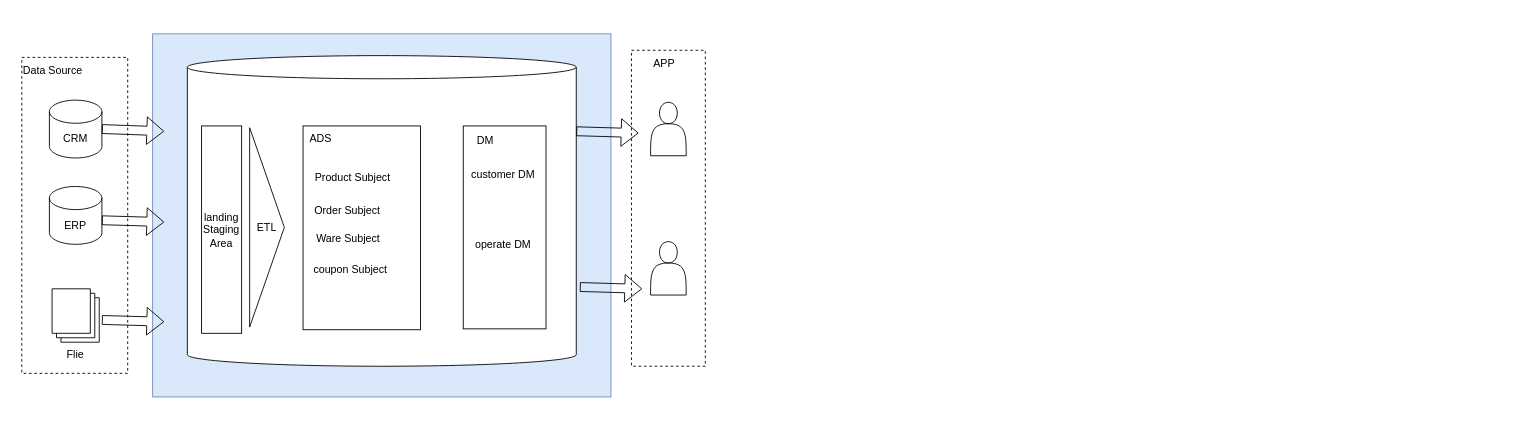
The draw.io diagram blog/data.drawio in began-zhao/studydraw, before the edit. Source tidied: cells renumbered, new cells numbered last; positions are measured from the earlier drawing's top-left corner, leaving out a move shared by most shapes. Both pictures are drawn from the tidied source at 89%, with x=0, y=0 at pixel (15, 34).
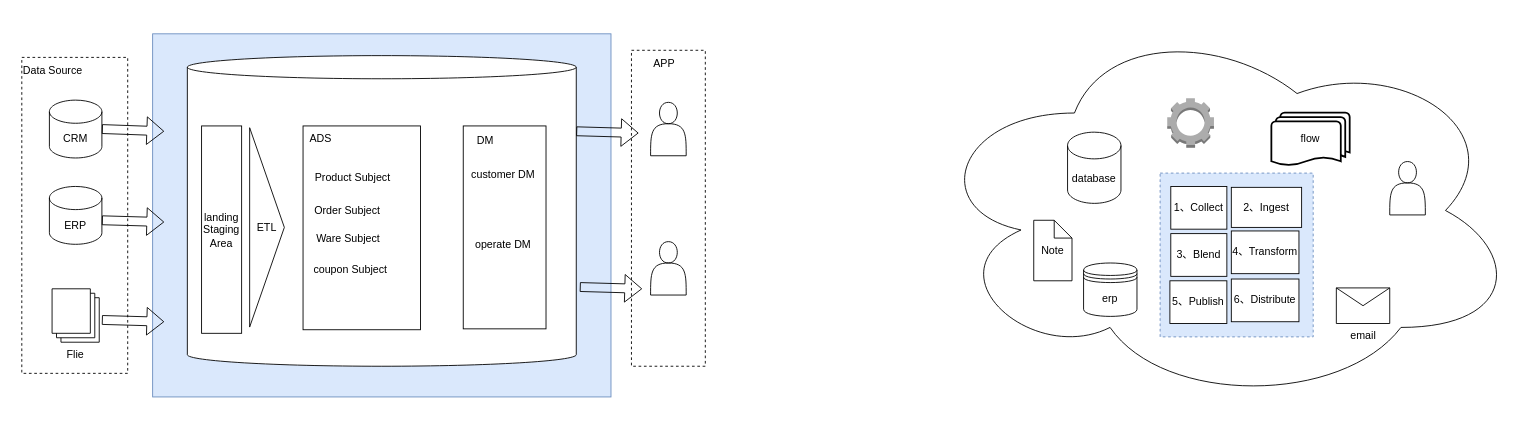
The same page after the edit.

The edit, as a diff of the source:
```diff
@@
+    <mxCell id="30" style="ellipse;shape=cloud;whiteSpace=wrap;html=1;" parent="1" vertex="1">
+      <mxGeometry x="1023" y="-21" width="667" height="438" as="geometry" />
+    </mxCell>
+    <mxCell id="31" style="rounded=0;whiteSpace=wrap;html=1;dashed=1;fillColor=#dae8fc;strokeColor=#6c8ebf;" parent="1" vertex="1">
+      <mxGeometry x="1286" y="156" width="172" height="184" as="geometry" />
+    </mxCell>
@@
+    <mxCell id="32" value="database" style="shape=cylinder3;whiteSpace=wrap;html=1;boundedLbl=1;backgroundOutline=1;size=15;" parent="1" vertex="1">
+      <mxGeometry x="1182" y="110" width="60" height="80" as="geometry" />
+    </mxCell>
+    <mxCell id="33" value="flow" style="strokeWidth=2;html=1;shape=mxgraph.flowchart.multi-document;whiteSpace=wrap;" parent="1" vertex="1">
+      <mxGeometry x="1411" y="88" width="88" height="60" as="geometry" />
+    </mxCell>
+    <mxCell id="34" style="shape=actor;whiteSpace=wrap;html=1;" parent="1" vertex="1">
+      <mxGeometry x="1544" y="143" width="40" height="60" as="geometry" />
+    </mxCell>
+    <mxCell id="35" value="erp" style="shape=datastore;whiteSpace=wrap;html=1;" parent="1" vertex="1">
+      <mxGeometry x="1200" y="257" width="60" height="60" as="geometry" />
+    </mxCell>
+    <mxCell id="36" value="Note" style="shape=note;size=20;whiteSpace=wrap;html=1;" parent="1" vertex="1">
+      <mxGeometry x="1144" y="209" width="43" height="68" as="geometry" />
+    </mxCell>
+    <mxCell id="37" value="email" style="shape=message;html=1;html=1;labelPosition=center;verticalLabelPosition=bottom;align=center;verticalAlign=top;" parent="1" vertex="1">
+      <mxGeometry x="1484" y="285" width="60" height="40" as="geometry" />
+    </mxCell>
+    <mxCell id="38" style="dashed=0;verticalLabelPosition=bottom;verticalAlign=top;align=center;html=1;shape=mxgraph.aws3.human_intelligence_tasks_hit;fillColor=#ACACAC;gradientColor=none;" parent="1" vertex="1">
+      <mxGeometry x="1294" y="72" width="52.5" height="55.5" as="geometry" />
+    </mxCell>
+    <mxCell id="39" value="1、Collect" style="rounded=0;whiteSpace=wrap;html=1;" parent="1" vertex="1">
+      <mxGeometry x="1298" y="171" width="63" height="48" as="geometry" />
+    </mxCell>
+    <mxCell id="40" value="2、Ingest" style="rounded=0;whiteSpace=wrap;html=1;" parent="1" vertex="1">
+      <mxGeometry x="1366" y="172" width="79" height="45" as="geometry" />
+    </mxCell>
+    <mxCell id="41" value="3、Blend" style="rounded=0;whiteSpace=wrap;html=1;" parent="1" vertex="1">
+      <mxGeometry x="1298" y="224" width="63" height="48" as="geometry" />
+    </mxCell>
+    <mxCell id="42" value="4、Transform" style="rounded=0;whiteSpace=wrap;html=1;" parent="1" vertex="1">
+      <mxGeometry x="1366" y="221" width="76" height="48" as="geometry" />
+    </mxCell>
+    <mxCell id="43" value="5、Publish" style="rounded=0;whiteSpace=wrap;html=1;" parent="1" vertex="1">
+      <mxGeometry x="1297" y="277" width="64" height="48" as="geometry" />
+    </mxCell>
+    <mxCell id="44" value="6、Distribute" style="rounded=0;whiteSpace=wrap;html=1;" parent="1" vertex="1">
+      <mxGeometry x="1366" y="275" width="76" height="48" as="geometry" />
+    </mxCell>
```
